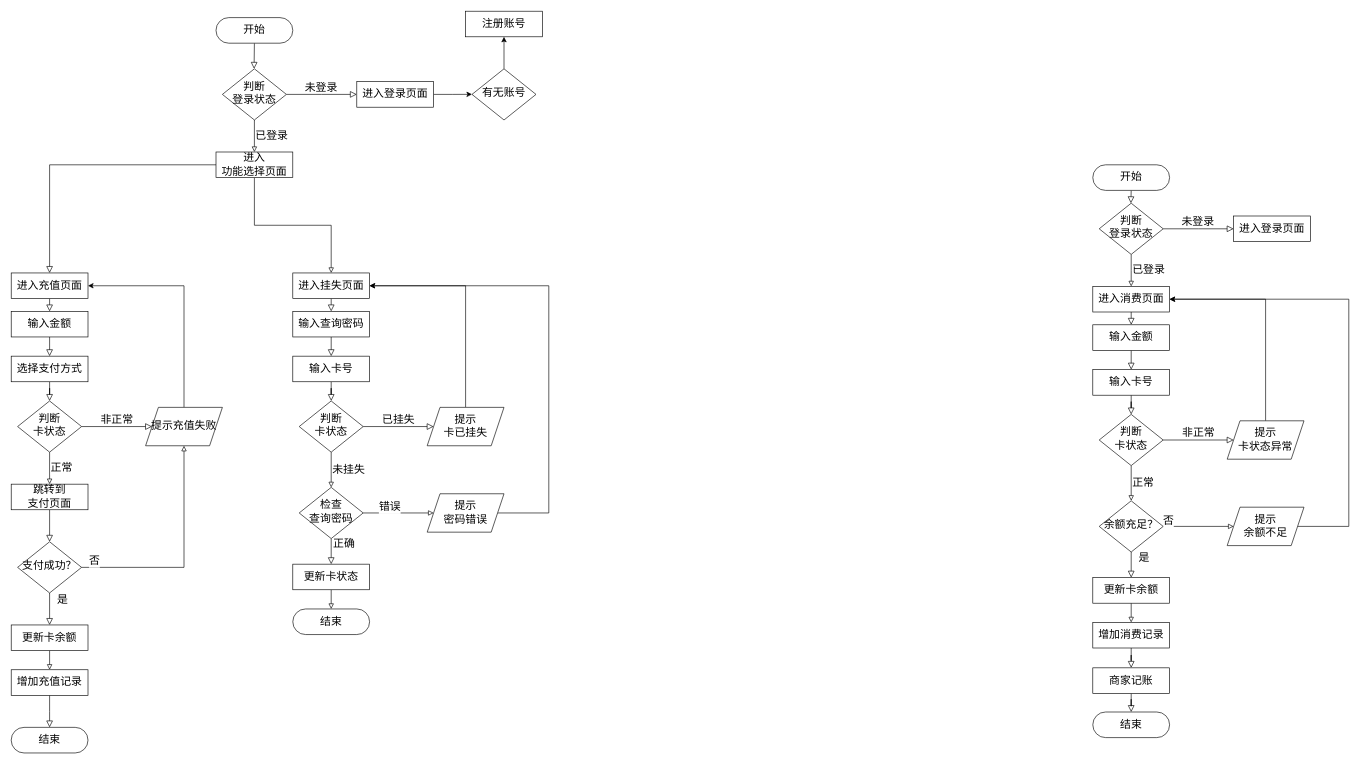
The draw.io diagram 软工课设.drawio in ShiaoYoung/Software-Enginerring, before the edit. Source tidied: cells renumbered, new cells numbered last; positions are measured from the earlier drawing's top-left corner, leaving out a move shared by most shapes. Both pictures are drawn from the tidied source at 64%, with x=0, y=0 at pixel (11, 11).
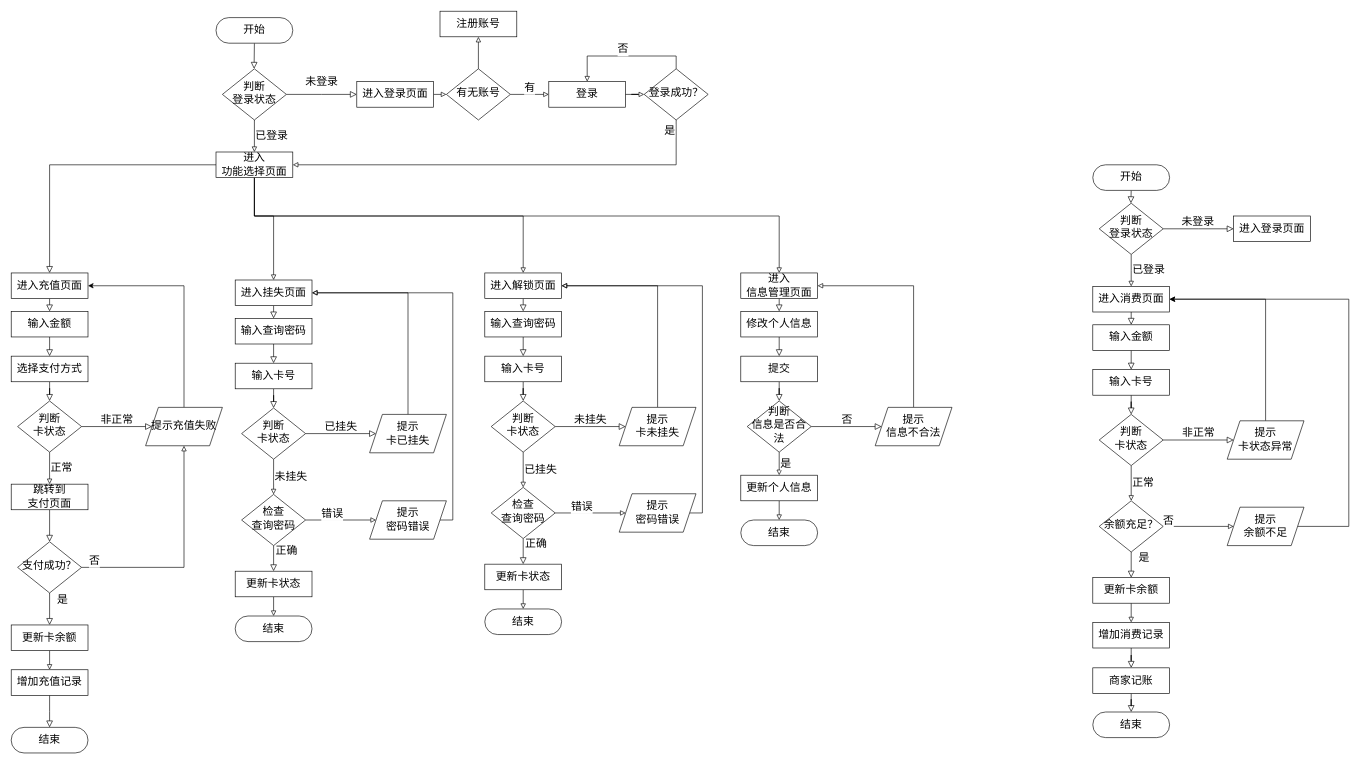
Above is the later version.

Commit message (it also covers changes not shown here):
更新软工课设.drawio

The change refers to these unchanged cells:
```xml
<mxCell id="69" value="判断&lt;div&gt;登录状态&lt;/div&gt;" style="rhombus;whiteSpace=wrap;html=1;shadow=0;fontFamily=Helvetica;fontSize=17;align=center;strokeWidth=1;spacing=6;spacingTop=-4;" parent="1" vertex="1">
  <mxGeometry x="330" y="90" width="100" height="80" as="geometry" />
</mxCell>
<mxCell id="71" value="进入登录页面" style="rounded=0;whiteSpace=wrap;html=1;fontSize=17;glass=0;strokeWidth=1;shadow=0;" parent="1" vertex="1">
  <mxGeometry x="540" y="110" width="120" height="40" as="geometry" />
</mxCell>
<mxCell id="80" value="进入&lt;div&gt;功能选择页面&lt;/div&gt;" style="rounded=0;whiteSpace=wrap;html=1;fontSize=17;glass=0;strokeWidth=1;shadow=0;" parent="1" vertex="1">
  <mxGeometry x="320" y="220" width="120" height="40" as="geometry" />
</mxCell>
```

The edit, as a diff of the source:
```diff
@@
     <mxCell id="49" value="输入卡号" style="rounded=0;whiteSpace=wrap;html=1;fontSize=17;glass=0;strokeWidth=1;shadow=0;" parent="1" vertex="1">
-      <mxGeometry x="440" y="539" width="120" height="40" as="geometry" />
+      <mxGeometry x="350" y="550" width="120" height="40" as="geometry" />
     </mxCell>
@@
     <mxCell id="52" value="判断&lt;div&gt;卡状态&lt;/div&gt;" style="rhombus;whiteSpace=wrap;html=1;shadow=0;fontFamily=Helvetica;fontSize=17;align=center;strokeWidth=1;spacing=6;spacingTop=-4;" parent="1" vertex="1">
-      <mxGeometry x="450" y="609" width="100" height="80" as="geometry" />
+      <mxGeometry x="360" y="620" width="100" height="80" as="geometry" />
     </mxCell>
@@
     <mxCell id="55" value="检查&lt;div&gt;查询密码&lt;/div&gt;" style="rhombus;whiteSpace=wrap;html=1;shadow=0;fontFamily=Helvetica;fontSize=17;align=center;strokeWidth=1;spacing=6;spacingTop=-4;" parent="1" vertex="1">
-      <mxGeometry x="450" y="744" width="100" height="80" as="geometry" />
+      <mxGeometry x="360" y="755" width="100" height="80" as="geometry" />
     </mxCell>
     <mxCell id="56" style="edgeStyle=orthogonalEdgeStyle;rounded=0;jettySize=auto;html=1;exitX=0.5;exitY=1;exitDx=0;exitDy=0;entryX=0.5;entryY=0;entryDx=0;entryDy=0;endArrow=block;endFill=0;" parent="1" edge="1" source="57">
       <mxGeometry relative="1" as="geometry">
-        <mxPoint x="500" y="934" as="targetPoint" />
+        <mxPoint x="410" y="945" as="targetPoint" />
       </mxGeometry>
     </mxCell>
     <mxCell id="57" value="更新卡状态" style="rounded=0;whiteSpace=wrap;html=1;fontSize=17;glass=0;strokeWidth=1;shadow=0;" parent="1" vertex="1">
-      <mxGeometry x="440" y="864" width="120" height="40" as="geometry" />
+      <mxGeometry x="350" y="875" width="120" height="40" as="geometry" />
     </mxCell>
     <mxCell id="58" style="rounded=0;html=1;jettySize=auto;fontSize=17;endArrow=block;endFill=0;endSize=8;strokeWidth=1;shadow=0;labelBackgroundColor=none;edgeStyle=orthogonalEdgeStyle;" parent="1" edge="1" source="59">
       <mxGeometry relative="1" as="geometry">
-        <mxPoint x="500" y="539" as="targetPoint" />
+        <mxPoint x="410" y="550" as="targetPoint" />
       </mxGeometry>
     </mxCell>
     <mxCell id="59" value="输入查询密码" style="rounded=0;whiteSpace=wrap;html=1;fontSize=17;glass=0;strokeWidth=1;shadow=0;" parent="1" vertex="1">
-      <mxGeometry x="440" y="469" width="120" height="40" as="geometry" />
+      <mxGeometry x="350" y="480" width="120" height="40" as="geometry" />
     </mxCell>
     <mxCell id="60" style="rounded=0;html=1;jettySize=auto;fontSize=17;endArrow=block;endFill=0;endSize=8;strokeWidth=1;shadow=0;labelBackgroundColor=none;edgeStyle=orthogonalEdgeStyle;" parent="1" edge="1" source="61">
       <mxGeometry relative="1" as="geometry">
-        <mxPoint x="500" y="469" as="targetPoint" />
+        <mxPoint x="410" y="480" as="targetPoint" />
       </mxGeometry>
     </mxCell>
     <mxCell id="61" value="进入挂失页面" style="rounded=0;whiteSpace=wrap;html=1;fontSize=17;glass=0;strokeWidth=1;shadow=0;" parent="1" vertex="1">
-      <mxGeometry x="440" y="409" width="120" height="40" as="geometry" />
+      <mxGeometry x="350" y="420" width="120" height="40" as="geometry" />
     </mxCell>
-    <mxCell id="62" style="edgeStyle=orthogonalEdgeStyle;rounded=0;jettySize=auto;html=1;exitX=0.5;exitY=0;exitDx=0;exitDy=0;entryX=1;entryY=0.5;entryDx=0;entryDy=0;" parent="1" edge="1" source="63" target="61">
+    <mxCell id="62" style="edgeStyle=orthogonalEdgeStyle;rounded=0;jettySize=auto;html=1;exitX=0.5;exitY=0;exitDx=0;exitDy=0;entryX=1;entryY=0.5;entryDx=0;entryDy=0;endArrow=block;endFill=0;" parent="1" edge="1" source="63" target="61">
       <mxGeometry relative="1" as="geometry" />
     </mxCell>
     <mxCell id="63" value="&lt;font style=&quot;font-size: 17px;&quot;&gt;提示&lt;/font&gt;&lt;div&gt;&lt;font style=&quot;font-size: 17px;&quot;&gt;卡已挂失&lt;/font&gt;&lt;/div&gt;" style="shape=parallelogram;perimeter=parallelogramPerimeter;whiteSpace=wrap;html=1;fixedSize=1;" parent="1" vertex="1">
-      <mxGeometry x="650" y="619" width="120" height="60" as="geometry" />
+      <mxGeometry x="560" y="630" width="120" height="60" as="geometry" />
     </mxCell>
     <mxCell id="64" value="结束" style="rounded=1;whiteSpace=wrap;html=1;fontSize=17;glass=0;strokeWidth=1;shadow=0;perimeter=rectanglePerimeter;arcSize=50;" parent="1" vertex="1">
-      <mxGeometry x="440" y="934" width="120" height="40" as="geometry" />
+      <mxGeometry x="350" y="945" width="120" height="40" as="geometry" />
     </mxCell>
-    <mxCell id="65" style="edgeStyle=orthogonalEdgeStyle;rounded=0;jettySize=auto;html=1;exitX=1;exitY=0.5;exitDx=0;exitDy=0;entryX=1;entryY=0.5;entryDx=0;entryDy=0;" parent="1" edge="1" source="66" target="61">
+    <mxCell id="65" style="edgeStyle=orthogonalEdgeStyle;rounded=0;jettySize=auto;html=1;exitX=1;exitY=0.5;exitDx=0;exitDy=0;entryX=1;entryY=0.5;entryDx=0;entryDy=0;endArrow=block;endFill=0;" parent="1" edge="1" source="66" target="61">
       <mxGeometry relative="1" as="geometry">
         <Array as="points">
-          <mxPoint x="840" y="784" />
-          <mxPoint x="840" y="429" />
+          <mxPoint x="690" y="795" />
+          <mxPoint x="690" y="440" />
         </Array>
       </mxGeometry>
     </mxCell>
     <mxCell id="66" value="&lt;font style=&quot;font-size: 17px;&quot;&gt;提示&lt;/font&gt;&lt;div&gt;&lt;span style=&quot;font-size: 17px;&quot;&gt;密码错误&lt;/span&gt;&lt;/div&gt;" style="shape=parallelogram;perimeter=parallelogramPerimeter;whiteSpace=wrap;html=1;fixedSize=1;" parent="1" vertex="1">
-      <mxGeometry x="650" y="754" width="120" height="60" as="geometry" />
+      <mxGeometry x="560" y="765" width="120" height="60" as="geometry" />
     </mxCell>
     <mxCell id="67" value="未登录" style="edgeStyle=orthogonalEdgeStyle;rounded=0;html=1;jettySize=auto;fontSize=17;endArrow=block;endFill=0;endSize=8;strokeWidth=1;shadow=0;labelBackgroundColor=none;entryX=0;entryY=0.5;entryDx=0;entryDy=0;" parent="1" edge="1" source="69">
-      <mxGeometry x="-0.02" y="9" relative="1" as="geometry">
+      <mxGeometry y="-20" relative="1" as="geometry">
         <mxPoint x="540" y="130" as="targetPoint" />
-        <mxPoint y="-1" as="offset" />
+        <mxPoint x="20" y="-19" as="offset" />
       </mxGeometry>
     </mxCell>
@@
-    <mxCell id="70" style="edgeStyle=orthogonalEdgeStyle;rounded=0;jettySize=auto;html=1;exitX=1;exitY=0.5;exitDx=0;exitDy=0;" parent="1" edge="1" source="71">
-      <mxGeometry relative="1" as="geometry">
-        <mxPoint x="720" y="129.9" as="targetPoint" />
-      </mxGeometry>
-    </mxCell>
+    <mxCell id="84" style="edgeStyle=orthogonalEdgeStyle;rounded=0;jettySize=auto;html=1;exitX=1;exitY=0.5;exitDx=0;exitDy=0;entryX=0;entryY=0.5;entryDx=0;entryDy=0;endArrow=block;endFill=0;" parent="1" edge="1" source="71" target="82">
+      <mxGeometry relative="1" as="geometry" />
+    </mxCell>
@@
     <mxCell id="79" style="edgeStyle=orthogonalEdgeStyle;rounded=0;jettySize=auto;html=1;exitX=0.5;exitY=1;exitDx=0;exitDy=0;entryX=0.5;entryY=0;entryDx=0;entryDy=0;endArrow=block;endFill=0;" parent="1" edge="1" source="80" target="61">
-      <mxGeometry relative="1" as="geometry" />
+      <mxGeometry relative="1" as="geometry">
+        <Array as="points">
+          <mxPoint x="380" y="320" />
+          <mxPoint x="410" y="320" />
+        </Array>
+      </mxGeometry>
     </mxCell>
+    <mxCell id="85" style="edgeStyle=orthogonalEdgeStyle;rounded=0;jettySize=auto;html=1;exitX=0.5;exitY=1;exitDx=0;exitDy=0;entryX=0.5;entryY=0;entryDx=0;entryDy=0;endArrow=block;endFill=0;" parent="1" edge="1" source="80" target="106">
+      <mxGeometry relative="1" as="geometry">
+        <Array as="points">
+          <mxPoint x="380" y="320" />
+          <mxPoint x="800" y="320" />
+        </Array>
+      </mxGeometry>
+    </mxCell>
+    <mxCell id="86" style="edgeStyle=orthogonalEdgeStyle;rounded=0;jettySize=auto;html=1;exitX=0.5;exitY=1;exitDx=0;exitDy=0;entryX=0.5;entryY=0;entryDx=0;entryDy=0;endArrow=block;endFill=0;" parent="1" edge="1" source="80" target="122">
+      <mxGeometry relative="1" as="geometry">
+        <Array as="points">
+          <mxPoint x="380" y="320" />
+          <mxPoint x="1200" y="320" />
+        </Array>
+      </mxGeometry>
+    </mxCell>
@@
-    <mxCell id="81" style="edgeStyle=orthogonalEdgeStyle;rounded=0;jettySize=auto;html=1;exitX=0.5;exitY=0;exitDx=0;exitDy=0;entryX=0.5;entryY=1;entryDx=0;entryDy=0;" parent="1" edge="1" source="82" target="83">
+    <mxCell id="81" style="edgeStyle=orthogonalEdgeStyle;rounded=0;jettySize=auto;html=1;exitX=0.5;exitY=0;exitDx=0;exitDy=0;entryX=0.5;entryY=1;entryDx=0;entryDy=0;endArrow=block;endFill=0;" parent="1" edge="1" source="82" target="83">
       <mxGeometry relative="1" as="geometry" />
     </mxCell>
+    <mxCell id="87" value="&lt;font style=&quot;font-size: 17px;&quot;&gt;有&lt;/font&gt;" style="edgeStyle=orthogonalEdgeStyle;rounded=0;jettySize=auto;html=1;exitX=1;exitY=0.5;exitDx=0;exitDy=0;entryX=0;entryY=0.5;entryDx=0;entryDy=0;endArrow=block;endFill=0;" parent="1" edge="1" source="82" target="88">
+      <mxGeometry y="10" relative="1" as="geometry" />
+    </mxCell>
     <mxCell id="82" value="有无账号" style="rhombus;whiteSpace=wrap;html=1;shadow=0;fontFamily=Helvetica;fontSize=17;align=center;strokeWidth=1;spacing=6;spacingTop=-4;" parent="1" vertex="1">
-      <mxGeometry x="720" y="90" width="100" height="80" as="geometry" />
+      <mxGeometry x="680" y="90" width="100" height="80" as="geometry" />
     </mxCell>
     <mxCell id="83" value="注册账号" style="rounded=0;whiteSpace=wrap;html=1;fontSize=17;glass=0;strokeWidth=1;shadow=0;" parent="1" vertex="1">
-      <mxGeometry x="710" width="120" height="40" as="geometry" />
+      <mxGeometry x="670" width="120" height="40" as="geometry" />
     </mxCell>
+    <mxCell id="88" value="登录" style="rounded=0;whiteSpace=wrap;html=1;fontSize=17;glass=0;strokeWidth=1;shadow=0;" parent="1" vertex="1">
+      <mxGeometry x="840" y="110" width="120" height="40" as="geometry" />
+    </mxCell>
+    <mxCell id="89" value="&lt;font style=&quot;font-size: 17px;&quot;&gt;否&lt;/font&gt;" style="edgeStyle=orthogonalEdgeStyle;rounded=0;jettySize=auto;html=1;exitX=0.5;exitY=0;exitDx=0;exitDy=0;entryX=0.5;entryY=0;entryDx=0;entryDy=0;endArrow=block;endFill=0;" parent="1" edge="1" source="92" target="88">
+      <mxGeometry x="0.04" y="-10" relative="1" as="geometry" />
+    </mxCell>
+    <mxCell id="90" value="&lt;font style=&quot;font-size: 17px;&quot;&gt;是&lt;/font&gt;" style="edgeStyle=orthogonalEdgeStyle;rounded=0;jettySize=auto;html=1;exitX=0.5;exitY=1;exitDx=0;exitDy=0;entryX=1;entryY=0.5;entryDx=0;entryDy=0;endArrow=block;endFill=0;" parent="1" edge="1" source="92" target="80">
+      <mxGeometry x="-0.95" y="-10" relative="1" as="geometry" />
+    </mxCell>
+    <mxCell id="91" style="edgeStyle=orthogonalEdgeStyle;rounded=0;jettySize=auto;html=1;exitX=1;exitY=0.5;exitDx=0;exitDy=0;endArrow=block;endFill=0;" parent="1" edge="1" source="88" target="92">
+      <mxGeometry relative="1" as="geometry" />
+    </mxCell>
+    <mxCell id="92" value="登录成功？" style="rhombus;whiteSpace=wrap;html=1;shadow=0;fontFamily=Helvetica;fontSize=17;align=center;strokeWidth=1;spacing=6;spacingTop=-4;" parent="1" vertex="1">
+      <mxGeometry x="989" y="90" width="100" height="80" as="geometry" />
+    </mxCell>
+    <mxCell id="93" style="rounded=0;html=1;jettySize=auto;fontSize=17;endArrow=block;endFill=0;endSize=8;strokeWidth=1;shadow=0;labelBackgroundColor=none;edgeStyle=orthogonalEdgeStyle;" parent="1" edge="1" source="94" target="97">
+      <mxGeometry relative="1" as="geometry" />
+    </mxCell>
+    <mxCell id="94" value="输入卡号" style="rounded=0;whiteSpace=wrap;html=1;fontSize=17;glass=0;strokeWidth=1;shadow=0;" parent="1" vertex="1">
+      <mxGeometry x="740" y="539" width="120" height="40" as="geometry" />
+    </mxCell>
+    <mxCell id="95" value="未挂失" style="edgeStyle=orthogonalEdgeStyle;rounded=0;html=1;jettySize=auto;fontSize=17;endArrow=block;endFill=0;endSize=8;strokeWidth=1;shadow=0;labelBackgroundColor=none;entryX=0;entryY=0.5;entryDx=0;entryDy=0;" parent="1" edge="1" source="97" target="108">
+      <mxGeometry y="10" relative="1" as="geometry" />
+    </mxCell>
+    <mxCell id="96" value="&lt;font style=&quot;font-size: 17px;&quot;&gt;已挂失&lt;/font&gt;" style="edgeStyle=orthogonalEdgeStyle;rounded=0;jettySize=auto;html=1;exitX=0.5;exitY=1;exitDx=0;exitDy=0;entryX=0.5;entryY=0;entryDx=0;entryDy=0;labelPosition=right;verticalLabelPosition=middle;align=left;verticalAlign=middle;endArrow=block;endFill=0;" parent="1" edge="1" source="97" target="100">
+      <mxGeometry relative="1" as="geometry" />
+    </mxCell>
+    <mxCell id="97" value="判断&lt;div&gt;卡状态&lt;/div&gt;" style="rhombus;whiteSpace=wrap;html=1;shadow=0;fontFamily=Helvetica;fontSize=17;align=center;strokeWidth=1;spacing=6;spacingTop=-4;" parent="1" vertex="1">
+      <mxGeometry x="750" y="609" width="100" height="80" as="geometry" />
+    </mxCell>
+    <mxCell id="98" value="正确" style="rounded=0;html=1;jettySize=auto;fontSize=17;endArrow=block;endFill=0;endSize=8;strokeWidth=1;shadow=0;labelBackgroundColor=none;edgeStyle=orthogonalEdgeStyle;" parent="1" edge="1" source="100" target="102">
+      <mxGeometry x="-0.56" y="20" relative="1" as="geometry" />
+    </mxCell>
+    <mxCell id="99" value="错误" style="edgeStyle=orthogonalEdgeStyle;rounded=0;jettySize=auto;html=1;exitX=1;exitY=0.5;exitDx=0;exitDy=0;labelPosition=left;verticalLabelPosition=middle;align=right;verticalAlign=middle;fontSize=17;endArrow=block;endFill=0;entryX=0;entryY=0.5;entryDx=0;entryDy=0;" parent="1" edge="1" source="100" target="111">
+      <mxGeometry x="0.09" y="9" relative="1" as="geometry" />
+    </mxCell>
+    <mxCell id="100" value="检查&lt;div&gt;查询密码&lt;/div&gt;" style="rhombus;whiteSpace=wrap;html=1;shadow=0;fontFamily=Helvetica;fontSize=17;align=center;strokeWidth=1;spacing=6;spacingTop=-4;" parent="1" vertex="1">
+      <mxGeometry x="750" y="744" width="100" height="80" as="geometry" />
+    </mxCell>
+    <mxCell id="101" style="edgeStyle=orthogonalEdgeStyle;rounded=0;jettySize=auto;html=1;exitX=0.5;exitY=1;exitDx=0;exitDy=0;entryX=0.5;entryY=0;entryDx=0;entryDy=0;endArrow=block;endFill=0;" parent="1" edge="1" source="102">
+      <mxGeometry relative="1" as="geometry">
+        <mxPoint x="800" y="934" as="targetPoint" />
+      </mxGeometry>
+    </mxCell>
+    <mxCell id="102" value="更新卡状态" style="rounded=0;whiteSpace=wrap;html=1;fontSize=17;glass=0;strokeWidth=1;shadow=0;" parent="1" vertex="1">
+      <mxGeometry x="740" y="864" width="120" height="40" as="geometry" />
+    </mxCell>
+    <mxCell id="103" style="rounded=0;html=1;jettySize=auto;fontSize=17;endArrow=block;endFill=0;endSize=8;strokeWidth=1;shadow=0;labelBackgroundColor=none;edgeStyle=orthogonalEdgeStyle;" parent="1" edge="1" source="104">
+      <mxGeometry relative="1" as="geometry">
+        <mxPoint x="800" y="539" as="targetPoint" />
+      </mxGeometry>
+    </mxCell>
+    <mxCell id="104" value="输入查询密码" style="rounded=0;whiteSpace=wrap;html=1;fontSize=17;glass=0;strokeWidth=1;shadow=0;" parent="1" vertex="1">
+      <mxGeometry x="740" y="469" width="120" height="40" as="geometry" />
+    </mxCell>
+    <mxCell id="105" style="rounded=0;html=1;jettySize=auto;fontSize=17;endArrow=block;endFill=0;endSize=8;strokeWidth=1;shadow=0;labelBackgroundColor=none;edgeStyle=orthogonalEdgeStyle;" parent="1" edge="1" source="106">
+      <mxGeometry relative="1" as="geometry">
+        <mxPoint x="800" y="469" as="targetPoint" />
+      </mxGeometry>
+    </mxCell>
+    <mxCell id="106" value="进入解锁页面" style="rounded=0;whiteSpace=wrap;html=1;fontSize=17;glass=0;strokeWidth=1;shadow=0;" parent="1" vertex="1">
+      <mxGeometry x="740" y="409" width="120" height="40" as="geometry" />
+    </mxCell>
+    <mxCell id="107" style="edgeStyle=orthogonalEdgeStyle;rounded=0;jettySize=auto;html=1;exitX=0.5;exitY=0;exitDx=0;exitDy=0;entryX=1;entryY=0.5;entryDx=0;entryDy=0;endArrow=block;endFill=0;" parent="1" edge="1" source="108" target="106">
+      <mxGeometry relative="1" as="geometry" />
+    </mxCell>
+    <mxCell id="108" value="&lt;font style=&quot;font-size: 17px;&quot;&gt;提示&lt;/font&gt;&lt;div&gt;&lt;font style=&quot;font-size: 17px;&quot;&gt;卡未挂失&lt;/font&gt;&lt;/div&gt;" style="shape=parallelogram;perimeter=parallelogramPerimeter;whiteSpace=wrap;html=1;fixedSize=1;" parent="1" vertex="1">
+      <mxGeometry x="950" y="619" width="120" height="60" as="geometry" />
+    </mxCell>
+    <mxCell id="109" value="结束" style="rounded=1;whiteSpace=wrap;html=1;fontSize=17;glass=0;strokeWidth=1;shadow=0;perimeter=rectanglePerimeter;arcSize=50;" parent="1" vertex="1">
+      <mxGeometry x="740" y="934" width="120" height="40" as="geometry" />
+    </mxCell>
+    <mxCell id="110" style="edgeStyle=orthogonalEdgeStyle;rounded=0;jettySize=auto;html=1;exitX=1;exitY=0.5;exitDx=0;exitDy=0;entryX=1;entryY=0.5;entryDx=0;entryDy=0;endArrow=block;endFill=0;" parent="1" edge="1" source="111" target="106">
+      <mxGeometry relative="1" as="geometry">
+        <Array as="points">
+          <mxPoint x="1080" y="784" />
+          <mxPoint x="1080" y="429" />
+        </Array>
+      </mxGeometry>
+    </mxCell>
+    <mxCell id="111" value="&lt;font style=&quot;font-size: 17px;&quot;&gt;提示&lt;/font&gt;&lt;div&gt;&lt;span style=&quot;font-size: 17px;&quot;&gt;密码错误&lt;/span&gt;&lt;/div&gt;" style="shape=parallelogram;perimeter=parallelogramPerimeter;whiteSpace=wrap;html=1;fixedSize=1;" parent="1" vertex="1">
+      <mxGeometry x="950" y="754" width="120" height="60" as="geometry" />
+    </mxCell>
+    <mxCell id="112" style="rounded=0;html=1;jettySize=auto;fontSize=17;endArrow=block;endFill=0;endSize=8;strokeWidth=1;shadow=0;labelBackgroundColor=none;edgeStyle=orthogonalEdgeStyle;" parent="1" edge="1" source="113" target="116">
+      <mxGeometry relative="1" as="geometry" />
+    </mxCell>
+    <mxCell id="113" value="提交" style="rounded=0;whiteSpace=wrap;html=1;fontSize=17;glass=0;strokeWidth=1;shadow=0;" parent="1" vertex="1">
+      <mxGeometry x="1140" y="539" width="120" height="40" as="geometry" />
+    </mxCell>
+    <mxCell id="114" value="否" style="edgeStyle=orthogonalEdgeStyle;rounded=0;html=1;jettySize=auto;fontSize=17;endArrow=block;endFill=0;endSize=8;strokeWidth=1;shadow=0;labelBackgroundColor=none;entryX=0;entryY=0.5;entryDx=0;entryDy=0;" parent="1" edge="1" source="116" target="124">
+      <mxGeometry x="0.01" y="10" relative="1" as="geometry" />
+    </mxCell>
+    <mxCell id="115" value="&lt;font style=&quot;font-size: 17px;&quot;&gt;是&lt;/font&gt;" style="edgeStyle=orthogonalEdgeStyle;rounded=0;jettySize=auto;html=1;exitX=0.5;exitY=1;exitDx=0;exitDy=0;entryX=0.5;entryY=0;entryDx=0;entryDy=0;labelPosition=right;verticalLabelPosition=middle;align=left;verticalAlign=middle;endArrow=block;endFill=0;" parent="1" edge="1" source="116" target="118">
+      <mxGeometry x="0.01" relative="1" as="geometry" />
+    </mxCell>
+    <mxCell id="116" value="判断&lt;div&gt;信息是否合法&lt;/div&gt;" style="rhombus;whiteSpace=wrap;html=1;shadow=0;fontFamily=Helvetica;fontSize=17;align=center;strokeWidth=1;spacing=6;spacingTop=-4;" parent="1" vertex="1">
+      <mxGeometry x="1150" y="609" width="100" height="80" as="geometry" />
+    </mxCell>
+    <mxCell id="117" style="edgeStyle=orthogonalEdgeStyle;rounded=0;jettySize=auto;html=1;exitX=0.5;exitY=1;exitDx=0;exitDy=0;entryX=0.5;entryY=0;entryDx=0;entryDy=0;endArrow=block;endFill=0;" parent="1" edge="1" source="118" target="125">
+      <mxGeometry relative="1" as="geometry" />
+    </mxCell>
+    <mxCell id="118" value="更新个人信息" style="rounded=0;whiteSpace=wrap;html=1;fontSize=17;glass=0;strokeWidth=1;shadow=0;" parent="1" vertex="1">
+      <mxGeometry x="1140" y="725" width="120" height="40" as="geometry" />
+    </mxCell>
+    <mxCell id="119" style="rounded=0;html=1;jettySize=auto;fontSize=17;endArrow=block;endFill=0;endSize=8;strokeWidth=1;shadow=0;labelBackgroundColor=none;edgeStyle=orthogonalEdgeStyle;" parent="1" edge="1" source="120">
+      <mxGeometry relative="1" as="geometry">
+        <mxPoint x="1200" y="539" as="targetPoint" />
+      </mxGeometry>
+    </mxCell>
+    <mxCell id="120" value="修改个人信息" style="rounded=0;whiteSpace=wrap;html=1;fontSize=17;glass=0;strokeWidth=1;shadow=0;" parent="1" vertex="1">
+      <mxGeometry x="1140" y="469" width="120" height="40" as="geometry" />
+    </mxCell>
+    <mxCell id="121" style="rounded=0;html=1;jettySize=auto;fontSize=17;endArrow=block;endFill=0;endSize=8;strokeWidth=1;shadow=0;labelBackgroundColor=none;edgeStyle=orthogonalEdgeStyle;" parent="1" edge="1" source="122">
+      <mxGeometry relative="1" as="geometry">
+        <mxPoint x="1200" y="469" as="targetPoint" />
+      </mxGeometry>
+    </mxCell>
+    <mxCell id="122" value="进入&lt;div&gt;信息管理页面&lt;/div&gt;" style="rounded=0;whiteSpace=wrap;html=1;fontSize=17;glass=0;strokeWidth=1;shadow=0;" parent="1" vertex="1">
+      <mxGeometry x="1140" y="409" width="120" height="40" as="geometry" />
+    </mxCell>
+    <mxCell id="123" style="edgeStyle=orthogonalEdgeStyle;rounded=0;jettySize=auto;html=1;exitX=0.5;exitY=0;exitDx=0;exitDy=0;entryX=1;entryY=0.5;entryDx=0;entryDy=0;endArrow=block;endFill=0;" parent="1" edge="1" source="124" target="122">
+      <mxGeometry relative="1" as="geometry" />
+    </mxCell>
+    <mxCell id="124" value="&lt;font style=&quot;font-size: 17px;&quot;&gt;提示&lt;/font&gt;&lt;div&gt;&lt;span style=&quot;font-size: 17px;&quot;&gt;信息不合法&lt;/span&gt;&lt;/div&gt;" style="shape=parallelogram;perimeter=parallelogramPerimeter;whiteSpace=wrap;html=1;fixedSize=1;" parent="1" vertex="1">
+      <mxGeometry x="1350" y="619" width="120" height="60" as="geometry" />
+    </mxCell>
+    <mxCell id="125" value="结束" style="rounded=1;whiteSpace=wrap;html=1;fontSize=17;glass=0;strokeWidth=1;shadow=0;perimeter=rectanglePerimeter;arcSize=50;" parent="1" vertex="1">
+      <mxGeometry x="1140" y="795" width="120" height="40" as="geometry" />
+    </mxCell>
```
